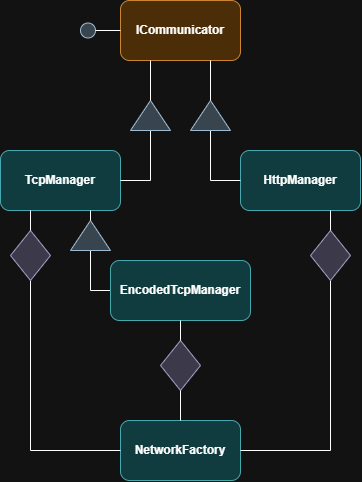
The draw.io diagram NetworkManager/Network.png in Murali47k/CS5617_SoftwareEngg, before a commit. Source tidied: cells renumbered, new cells last; positions are measured from the earlier drawing's top-left corner, leaving out a move shared by most shapes. Its diagram source:
```xml
<mxGraphModel>
  <root>
    <mxCell id="0" />
    <mxCell id="1" parent="0" />
    <mxCell id="2" value="&lt;b&gt;ICommunicator&lt;/b&gt;" style="rounded=1;whiteSpace=wrap;html=1;fillColor=#fad7ac;strokeColor=#b46504;" parent="1" vertex="1">
      <mxGeometry x="120" width="120" height="60" as="geometry" />
    </mxCell>
    <mxCell id="3" style="ellipse;whiteSpace=wrap;html=1;shapeInside=1;fillColor=#bac8d3;strokeColor=#23445d;" parent="1" vertex="1">
      <mxGeometry x="80" y="22.5" width="15" height="15" as="geometry" />
    </mxCell>
    <mxCell id="4" style="endArrow=none;html=1;rounded=0;entryX=0;entryY=0.5;entryDx=0;entryDy=0;exitX=1;exitY=0.5;exitDx=0;exitDy=0;" parent="1" edge="1" source="3" target="2">
      <mxGeometry relative="1" as="geometry" />
    </mxCell>
    <mxCell id="5" value="&lt;b&gt;TcpManager&lt;/b&gt;" style="rounded=1;whiteSpace=wrap;html=1;fillColor=#b0e3e6;strokeColor=#0e8088;" parent="1" vertex="1">
      <mxGeometry y="150" width="120" height="60" as="geometry" />
    </mxCell>
    <mxCell id="6" value="&lt;b&gt;HttpManager&lt;/b&gt;" style="rounded=1;whiteSpace=wrap;html=1;fillColor=#b0e3e6;strokeColor=#0e8088;" parent="1" vertex="1">
      <mxGeometry x="240" y="150" width="120" height="60" as="geometry" />
    </mxCell>
    <mxCell id="7" style="edgeStyle=orthogonalEdgeStyle;rounded=0;jettySize=auto;html=1;exitX=0;exitY=0.5;exitDx=0;exitDy=0;entryX=1;entryY=0.5;entryDx=0;entryDy=0;endArrow=none;endFill=0;" parent="1" edge="1" source="8" target="5">
      <mxGeometry relative="1" as="geometry" />
    </mxCell>
    <mxCell id="8" style="triangle;whiteSpace=wrap;html=1;shapeInside=1;rotation=-90;fillColor=#bac8d3;strokeColor=#23445d;" parent="1" vertex="1">
      <mxGeometry x="135" y="95" width="30" height="40" as="geometry" />
    </mxCell>
    <mxCell id="9" style="endArrow=none;html=1;rounded=0;exitX=1;exitY=0.5;exitDx=0;exitDy=0;entryX=0.25;entryY=1;entryDx=0;entryDy=0;" parent="1" edge="1" source="8" target="2">
      <mxGeometry relative="1" as="geometry" />
    </mxCell>
    <mxCell id="10" style="edgeStyle=orthogonalEdgeStyle;rounded=0;jettySize=auto;html=1;exitX=0;exitY=0.5;exitDx=0;exitDy=0;entryX=0;entryY=0.5;entryDx=0;entryDy=0;endArrow=none;endFill=0;" parent="1" edge="1" source="11" target="6">
      <mxGeometry relative="1" as="geometry" />
    </mxCell>
    <mxCell id="11" style="triangle;whiteSpace=wrap;html=1;shapeInside=1;rotation=-90;fillColor=#bac8d3;strokeColor=#23445d;" parent="1" vertex="1">
      <mxGeometry x="195" y="95" width="30" height="40" as="geometry" />
    </mxCell>
    <mxCell id="12" style="endArrow=none;html=1;rounded=0;exitX=1;exitY=0.5;exitDx=0;exitDy=0;entryX=0.25;entryY=1;entryDx=0;entryDy=0;" parent="1" edge="1" source="11">
      <mxGeometry relative="1" as="geometry">
        <mxPoint x="210" y="60" as="targetPoint" />
      </mxGeometry>
    </mxCell>
    <mxCell id="13" style="edgeStyle=orthogonalEdgeStyle;rounded=0;jettySize=auto;html=1;exitX=0;exitY=0.5;exitDx=0;exitDy=0;entryX=0;entryY=0.5;entryDx=0;entryDy=0;endArrow=none;endFill=0;" parent="1" edge="1" source="14" target="16">
      <mxGeometry relative="1" as="geometry" />
    </mxCell>
    <mxCell id="14" style="triangle;whiteSpace=wrap;html=1;shapeInside=1;rotation=-90;fillColor=#bac8d3;strokeColor=#23445d;" parent="1" vertex="1">
      <mxGeometry x="75" y="215" width="30" height="40" as="geometry" />
    </mxCell>
    <mxCell id="15" style="endArrow=none;html=1;rounded=0;exitX=1;exitY=0.5;exitDx=0;exitDy=0;entryX=0.75;entryY=1;entryDx=0;entryDy=0;" parent="1" edge="1" source="14" target="5">
      <mxGeometry relative="1" as="geometry" />
    </mxCell>
    <mxCell id="16" value="&lt;b&gt;EncodedTcpManager&lt;/b&gt;" style="rounded=1;whiteSpace=wrap;html=1;fillColor=#b0e3e6;strokeColor=#0e8088;" parent="1" vertex="1">
      <mxGeometry x="110" y="260" width="140" height="60" as="geometry" />
    </mxCell>
    <mxCell id="17" value="&lt;b&gt;NetworkFactory&lt;/b&gt;" style="rounded=1;whiteSpace=wrap;html=1;fillColor=#b0e3e6;strokeColor=#0e8088;" parent="1" vertex="1">
      <mxGeometry x="120" y="420" width="120" height="60" as="geometry" />
    </mxCell>
    <mxCell id="18" style="edgeStyle=orthogonalEdgeStyle;rounded=0;jettySize=auto;html=1;exitX=0.5;exitY=1;exitDx=0;exitDy=0;entryX=0;entryY=0.5;entryDx=0;entryDy=0;endArrow=none;endFill=0;" parent="1" edge="1" source="19" target="17">
      <mxGeometry relative="1" as="geometry" />
    </mxCell>
    <mxCell id="19" style="rhombus;whiteSpace=wrap;html=1;shapeInside=1;fillColor=#d0cee2;strokeColor=#56517e;" parent="1" vertex="1">
      <mxGeometry x="10" y="230" width="40" height="50" as="geometry" />
    </mxCell>
    <mxCell id="20" style="endArrow=none;html=1;rounded=0;exitX=0.25;exitY=1;exitDx=0;exitDy=0;" parent="1" edge="1" source="5" target="19">
      <mxGeometry relative="1" as="geometry" />
    </mxCell>
    <mxCell id="21" style="edgeStyle=orthogonalEdgeStyle;rounded=0;jettySize=auto;html=1;exitX=0.5;exitY=1;exitDx=0;exitDy=0;entryX=1;entryY=0.5;entryDx=0;entryDy=0;endArrow=none;endFill=0;" parent="1" edge="1" source="22" target="17">
      <mxGeometry relative="1" as="geometry" />
    </mxCell>
    <mxCell id="22" style="rhombus;whiteSpace=wrap;html=1;shapeInside=1;fillColor=#d0cee2;strokeColor=#56517e;" parent="1" vertex="1">
      <mxGeometry x="310" y="230" width="40" height="50" as="geometry" />
    </mxCell>
    <mxCell id="23" style="endArrow=none;html=1;rounded=0;exitX=0.75;exitY=1;exitDx=0;exitDy=0;" parent="1" edge="1" source="6" target="22">
      <mxGeometry relative="1" as="geometry" />
    </mxCell>
    <mxCell id="24" style="rhombus;whiteSpace=wrap;html=1;shapeInside=1;fillColor=#d0cee2;strokeColor=#56517e;" parent="1" vertex="1">
      <mxGeometry x="160" y="340" width="40" height="50" as="geometry" />
    </mxCell>
    <mxCell id="25" style="endArrow=none;html=1;rounded=0;exitX=0.25;exitY=1;exitDx=0;exitDy=0;" parent="1" edge="1" target="24">
      <mxGeometry relative="1" as="geometry">
        <mxPoint x="180" y="320" as="sourcePoint" />
      </mxGeometry>
    </mxCell>
    <mxCell id="26" style="endArrow=none;html=1;rounded=0;exitX=0.5;exitY=1;exitDx=0;exitDy=0;entryX=0.5;entryY=0;entryDx=0;entryDy=0;" parent="1" edge="1" source="24" target="17">
      <mxGeometry relative="1" as="geometry" />
    </mxCell>
  </root>
</mxGraphModel>
```
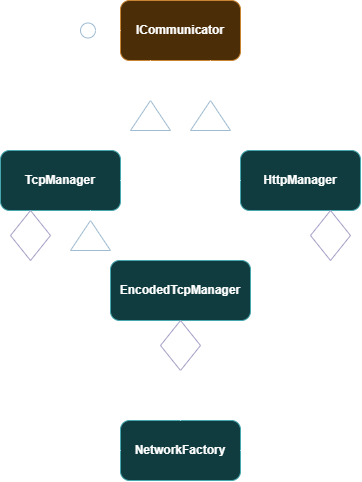
Later version of the same file.

Commit message:
added class diagram

Change to the diagram source:
```diff
@@ -5,7 +5,7 @@
     <mxCell id="2" value="&lt;b&gt;ICommunicator&lt;/b&gt;" style="rounded=1;whiteSpace=wrap;html=1;fillColor=#fad7ac;strokeColor=#b46504;" parent="1" vertex="1">
       <mxGeometry x="120" width="120" height="60" as="geometry" />
     </mxCell>
-    <mxCell id="3" style="ellipse;whiteSpace=wrap;html=1;shapeInside=1;fillColor=#bac8d3;strokeColor=#23445d;" parent="1" vertex="1">
+    <mxCell id="3" style="ellipse;whiteSpace=wrap;html=1;shapeInside=1;fillColor=none;strokeColor=#23445d;" parent="1" vertex="1">
       <mxGeometry x="80" y="22.5" width="15" height="15" as="geometry" />
     </mxCell>
     <mxCell id="4" style="endArrow=none;html=1;rounded=0;entryX=0;entryY=0.5;entryDx=0;entryDy=0;exitX=1;exitY=0.5;exitDx=0;exitDy=0;" parent="1" edge="1" source="3" target="2">
@@ -20,7 +20,7 @@
     <mxCell id="7" style="edgeStyle=orthogonalEdgeStyle;rounded=0;jettySize=auto;html=1;exitX=0;exitY=0.5;exitDx=0;exitDy=0;entryX=1;entryY=0.5;entryDx=0;entryDy=0;endArrow=none;endFill=0;" parent="1" edge="1" source="8" target="5">
       <mxGeometry relative="1" as="geometry" />
     </mxCell>
-    <mxCell id="8" style="triangle;whiteSpace=wrap;html=1;shapeInside=1;rotation=-90;fillColor=#bac8d3;strokeColor=#23445d;" parent="1" vertex="1">
+    <mxCell id="8" style="triangle;whiteSpace=wrap;html=1;shapeInside=1;rotation=-90;fillColor=none;strokeColor=#23445d;" parent="1" vertex="1">
       <mxGeometry x="135" y="95" width="30" height="40" as="geometry" />
     </mxCell>
     <mxCell id="9" style="endArrow=none;html=1;rounded=0;exitX=1;exitY=0.5;exitDx=0;exitDy=0;entryX=0.25;entryY=1;entryDx=0;entryDy=0;" parent="1" edge="1" source="8" target="2">
@@ -29,7 +29,7 @@
     <mxCell id="10" style="edgeStyle=orthogonalEdgeStyle;rounded=0;jettySize=auto;html=1;exitX=0;exitY=0.5;exitDx=0;exitDy=0;entryX=0;entryY=0.5;entryDx=0;entryDy=0;endArrow=none;endFill=0;" parent="1" edge="1" source="11" target="6">
       <mxGeometry relative="1" as="geometry" />
     </mxCell>
-    <mxCell id="11" style="triangle;whiteSpace=wrap;html=1;shapeInside=1;rotation=-90;fillColor=#bac8d3;strokeColor=#23445d;" parent="1" vertex="1">
+    <mxCell id="11" style="triangle;whiteSpace=wrap;html=1;shapeInside=1;rotation=-90;fillColor=none;strokeColor=#23445d;" parent="1" vertex="1">
       <mxGeometry x="195" y="95" width="30" height="40" as="geometry" />
     </mxCell>
     <mxCell id="12" style="endArrow=none;html=1;rounded=0;exitX=1;exitY=0.5;exitDx=0;exitDy=0;entryX=0.25;entryY=1;entryDx=0;entryDy=0;" parent="1" edge="1" source="11">
@@ -40,7 +40,7 @@
     <mxCell id="13" style="edgeStyle=orthogonalEdgeStyle;rounded=0;jettySize=auto;html=1;exitX=0;exitY=0.5;exitDx=0;exitDy=0;entryX=0;entryY=0.5;entryDx=0;entryDy=0;endArrow=none;endFill=0;" parent="1" edge="1" source="14" target="16">
       <mxGeometry relative="1" as="geometry" />
     </mxCell>
-    <mxCell id="14" style="triangle;whiteSpace=wrap;html=1;shapeInside=1;rotation=-90;fillColor=#bac8d3;strokeColor=#23445d;" parent="1" vertex="1">
+    <mxCell id="14" style="triangle;whiteSpace=wrap;html=1;shapeInside=1;rotation=-90;fillColor=none;strokeColor=#23445d;" parent="1" vertex="1">
       <mxGeometry x="75" y="215" width="30" height="40" as="geometry" />
     </mxCell>
     <mxCell id="15" style="endArrow=none;html=1;rounded=0;exitX=1;exitY=0.5;exitDx=0;exitDy=0;entryX=0.75;entryY=1;entryDx=0;entryDy=0;" parent="1" edge="1" source="14" target="5">
@@ -55,8 +55,8 @@
     <mxCell id="18" style="edgeStyle=orthogonalEdgeStyle;rounded=0;jettySize=auto;html=1;exitX=0.5;exitY=1;exitDx=0;exitDy=0;entryX=0;entryY=0.5;entryDx=0;entryDy=0;endArrow=none;endFill=0;" parent="1" edge="1" source="19" target="17">
       <mxGeometry relative="1" as="geometry" />
     </mxCell>
-    <mxCell id="19" style="rhombus;whiteSpace=wrap;html=1;shapeInside=1;fillColor=#d0cee2;strokeColor=#56517e;" parent="1" vertex="1">
-      <mxGeometry x="10" y="230" width="40" height="50" as="geometry" />
+    <mxCell id="19" style="rhombus;whiteSpace=wrap;html=1;shapeInside=1;fillColor=none;strokeColor=#56517e;" parent="1" vertex="1">
+      <mxGeometry x="10" y="210" width="40" height="50" as="geometry" />
     </mxCell>
     <mxCell id="20" style="endArrow=none;html=1;rounded=0;exitX=0.25;exitY=1;exitDx=0;exitDy=0;" parent="1" edge="1" source="5" target="19">
       <mxGeometry relative="1" as="geometry" />
@@ -64,14 +64,14 @@
     <mxCell id="21" style="edgeStyle=orthogonalEdgeStyle;rounded=0;jettySize=auto;html=1;exitX=0.5;exitY=1;exitDx=0;exitDy=0;entryX=1;entryY=0.5;entryDx=0;entryDy=0;endArrow=none;endFill=0;" parent="1" edge="1" source="22" target="17">
       <mxGeometry relative="1" as="geometry" />
     </mxCell>
-    <mxCell id="22" style="rhombus;whiteSpace=wrap;html=1;shapeInside=1;fillColor=#d0cee2;strokeColor=#56517e;" parent="1" vertex="1">
-      <mxGeometry x="310" y="230" width="40" height="50" as="geometry" />
+    <mxCell id="22" style="rhombus;whiteSpace=wrap;html=1;shapeInside=1;fillColor=none;strokeColor=#56517e;" parent="1" vertex="1">
+      <mxGeometry x="310" y="210" width="40" height="50" as="geometry" />
     </mxCell>
     <mxCell id="23" style="endArrow=none;html=1;rounded=0;exitX=0.75;exitY=1;exitDx=0;exitDy=0;" parent="1" edge="1" source="6" target="22">
       <mxGeometry relative="1" as="geometry" />
     </mxCell>
-    <mxCell id="24" style="rhombus;whiteSpace=wrap;html=1;shapeInside=1;fillColor=#d0cee2;strokeColor=#56517e;" parent="1" vertex="1">
-      <mxGeometry x="160" y="340" width="40" height="50" as="geometry" />
+    <mxCell id="24" style="rhombus;whiteSpace=wrap;html=1;shapeInside=1;fillColor=none;strokeColor=#56517e;" parent="1" vertex="1">
+      <mxGeometry x="160" y="320" width="40" height="50" as="geometry" />
     </mxCell>
     <mxCell id="25" style="endArrow=none;html=1;rounded=0;exitX=0.25;exitY=1;exitDx=0;exitDy=0;" parent="1" edge="1" target="24">
       <mxGeometry relative="1" as="geometry">
```
